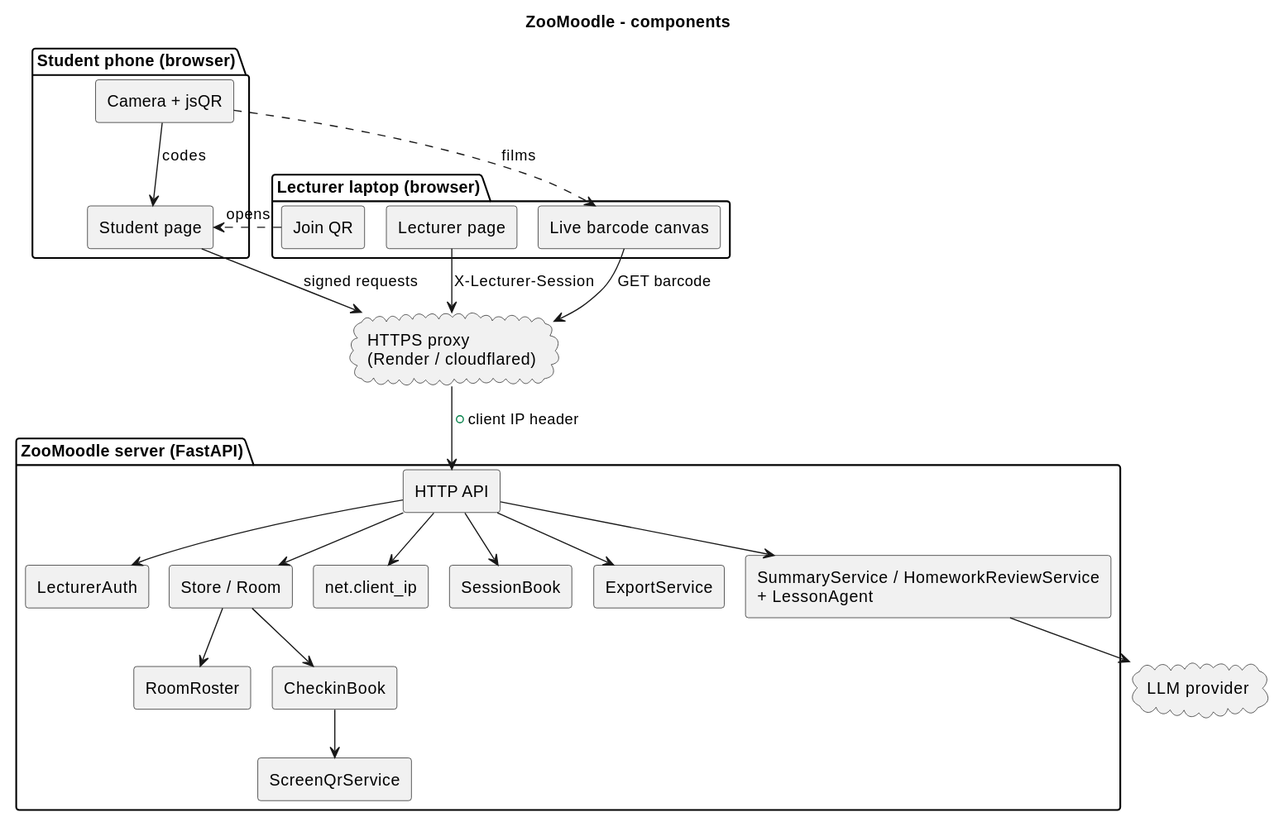
The PlantUML diagram docs/diagrams/components.svg in Haim-Barby/ZooMoodle, before a commit.
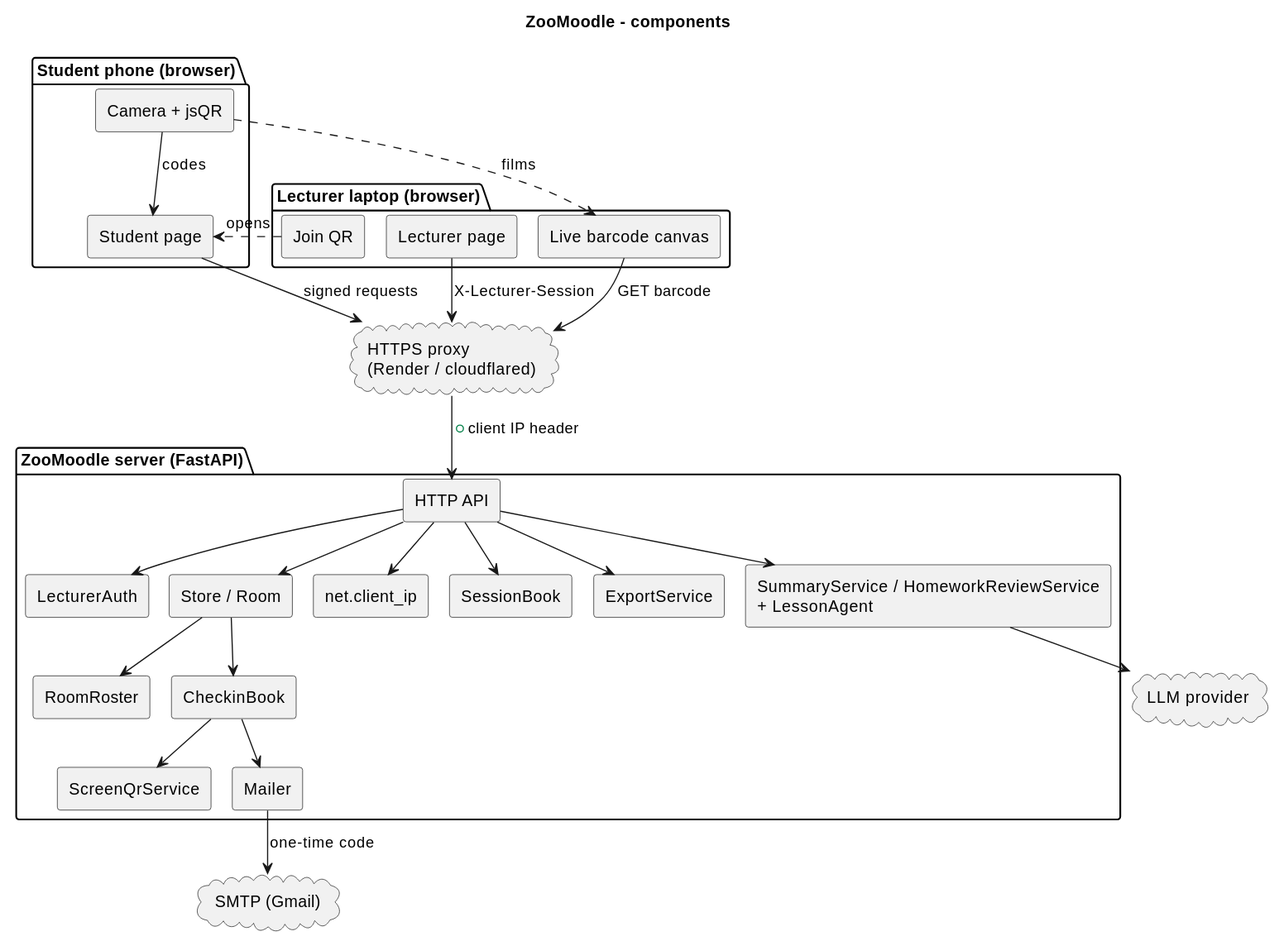
The same file after the commit.

The edit, as a diff of the source:
```diff
@@ -22,9 +22,11 @@
   [ScreenQrService] as QR
   [net.client_ip] as NET
   [SessionBook] as SB
+  [Mailer] as ML
   [ExportService] as EX
   [SummaryService / HomeworkReviewService\n+ LessonAgent] as AG
 }
+cloud "SMTP (Gmail)" as SMTP
 cloud "LLM provider" as LLM
 
 LP --> PX : X-Lecturer-Session
@@ -41,6 +43,8 @@
 ST --> RR
 ST --> CB
 CB --> QR
+CB --> ML
+ML --> SMTP : one-time code
 API --> EX
 API --> AG
 AG --> LLM
```
